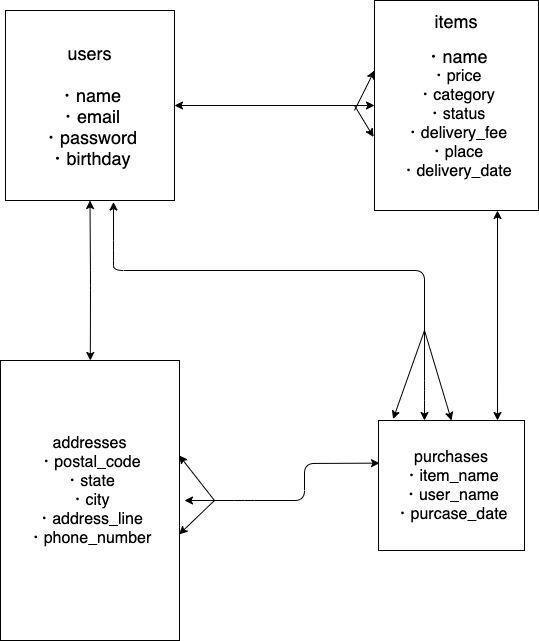
This is ER.drawio.png from kosei-tanoue/furima-29610, a draw.io export, as it was before one commit. Source tidied: cells renumbered, new cells last; positions are measured from the earlier drawing's top-left corner, leaving out a move shared by most shapes. Source of this version:
```xml
<mxGraphModel>
  <root>
    <mxCell id="0" />
    <mxCell id="1" parent="0" />
    <mxCell id="2" value="&lt;font style=&quot;font-size: 18px&quot;&gt;users&lt;br&gt;&lt;br&gt;・name&lt;br&gt;・email&lt;br&gt;・password&lt;br&gt;・birthday&lt;br&gt;&lt;/font&gt;" style="rounded=0;whiteSpace=wrap;html=1;" parent="1" vertex="1">
      <mxGeometry x="5" y="10" width="169" height="190" as="geometry" />
    </mxCell>
    <mxCell id="3" style="edgeStyle=orthogonalEdgeStyle;rounded=0;orthogonalLoop=1;jettySize=auto;html=1;exitX=0.5;exitY=1;exitDx=0;exitDy=0;" parent="1" edge="1" source="2" target="2">
      <mxGeometry relative="1" as="geometry" />
    </mxCell>
    <mxCell id="4" value="&lt;font style=&quot;font-size: 18px&quot;&gt;items&lt;/font&gt;&lt;br&gt;&lt;br&gt;&lt;font style=&quot;font-size: 18px&quot;&gt;・name&lt;/font&gt;&lt;br&gt;&lt;font size=&quot;3&quot;&gt;・price&lt;/font&gt;&lt;br&gt;&lt;font size=&quot;3&quot;&gt;・category&lt;/font&gt;&lt;br&gt;&lt;font size=&quot;3&quot;&gt;・status&lt;br&gt;・delivery_fee&lt;br&gt;・place&lt;br&gt;・delivery_date&lt;br&gt;&lt;/font&gt;&lt;font size=&quot;3&quot;&gt;&lt;br&gt;&lt;/font&gt;" style="rounded=0;whiteSpace=wrap;html=1;" parent="1" vertex="1">
      <mxGeometry x="374" width="164" height="210" as="geometry" />
    </mxCell>
    <mxCell id="5" value="&lt;font size=&quot;3&quot;&gt;addresses&lt;br&gt;・postal_code&lt;br&gt;・state&lt;br&gt;・city&lt;br&gt;・address_line&lt;br&gt;・phone_number&lt;br&gt;&lt;br&gt;&lt;/font&gt;" style="rounded=0;whiteSpace=wrap;html=1;" parent="1" vertex="1">
      <mxGeometry y="360" width="179" height="280" as="geometry" />
    </mxCell>
    <mxCell id="6" value="&lt;font size=&quot;3&quot;&gt;purchases&lt;br&gt;・item_name&lt;br&gt;・user_name&lt;br&gt;・purcase_date&lt;br&gt;&lt;/font&gt;" style="rounded=0;whiteSpace=wrap;html=1;" parent="1" vertex="1">
      <mxGeometry x="378" y="420" width="146" height="130" as="geometry" />
    </mxCell>
    <mxCell id="7" style="endArrow=classic;html=1;" parent="1" edge="1">
      <mxGeometry relative="1" as="geometry">
        <mxPoint x="354" y="110" as="sourcePoint" />
        <mxPoint x="374" y="70" as="targetPoint" />
      </mxGeometry>
    </mxCell>
    <mxCell id="8" style="endArrow=classic;html=1;entryX=-0.006;entryY=0.65;entryDx=0;entryDy=0;entryPerimeter=0;" parent="1" edge="1" target="4">
      <mxGeometry relative="1" as="geometry">
        <mxPoint x="354" y="105" as="sourcePoint" />
      </mxGeometry>
    </mxCell>
    <mxCell id="9" style="endArrow=classic;html=1;entryX=0.1;entryY=-0.011;entryDx=0;entryDy=0;entryPerimeter=0;" parent="1" edge="1" target="6">
      <mxGeometry relative="1" as="geometry">
        <mxPoint x="424" y="330" as="sourcePoint" />
      </mxGeometry>
    </mxCell>
    <mxCell id="10" style="endArrow=classic;html=1;entryX=0.5;entryY=0;entryDx=0;entryDy=0;" parent="1" edge="1" target="6">
      <mxGeometry relative="1" as="geometry">
        <mxPoint x="424" y="330" as="sourcePoint" />
      </mxGeometry>
    </mxCell>
    <mxCell id="11" style="endArrow=classic;startArrow=classic;html=1;entryX=0.75;entryY=1;entryDx=0;entryDy=0;exitX=0.815;exitY=0;exitDx=0;exitDy=0;exitPerimeter=0;" parent="1" edge="1" source="6" target="4">
      <mxGeometry relative="1" as="geometry" />
    </mxCell>
    <mxCell id="12" style="endArrow=classic;startArrow=classic;html=1;exitX=1;exitY=0.5;exitDx=0;exitDy=0;" parent="1" edge="1" source="2">
      <mxGeometry relative="1" as="geometry">
        <mxPoint x="374" y="105" as="targetPoint" />
      </mxGeometry>
    </mxCell>
    <mxCell id="13" style="endArrow=classic;startArrow=classic;html=1;entryX=0.5;entryY=1;entryDx=0;entryDy=0;" parent="1" edge="1" source="5" target="2">
      <mxGeometry relative="1" as="geometry">
        <Array as="points">
          <mxPoint x="90" y="280" />
        </Array>
      </mxGeometry>
    </mxCell>
    <mxCell id="14" style="endArrow=classic;startArrow=classic;html=1;exitX=0.639;exitY=1.008;exitDx=0;exitDy=0;exitPerimeter=0;entryX=0.315;entryY=0;entryDx=0;entryDy=0;entryPerimeter=0;" parent="1" edge="1" source="2" target="6">
      <mxGeometry relative="1" as="geometry">
        <Array as="points">
          <mxPoint x="113" y="250" />
          <mxPoint x="113" y="270" />
          <mxPoint x="424" y="270" />
          <mxPoint x="424" y="390" />
        </Array>
      </mxGeometry>
    </mxCell>
    <mxCell id="15" style="endArrow=classic;startArrow=classic;html=1;entryX=0.007;entryY=0.328;entryDx=0;entryDy=0;entryPerimeter=0;" parent="1" edge="1" target="6">
      <mxGeometry relative="1" as="geometry">
        <mxPoint x="184" y="500" as="sourcePoint" />
        <Array as="points">
          <mxPoint x="244" y="500" />
          <mxPoint x="304" y="500" />
          <mxPoint x="304" y="463" />
        </Array>
      </mxGeometry>
    </mxCell>
    <mxCell id="16" style="endArrow=classic;html=1;entryX=0.998;entryY=0.339;entryDx=0;entryDy=0;entryPerimeter=0;" parent="1" edge="1" target="5">
      <mxGeometry relative="1" as="geometry">
        <mxPoint x="214" y="500" as="sourcePoint" />
      </mxGeometry>
    </mxCell>
    <mxCell id="17" style="endArrow=classic;html=1;entryX=0.998;entryY=0.621;entryDx=0;entryDy=0;entryPerimeter=0;" parent="1" edge="1" target="5">
      <mxGeometry relative="1" as="geometry">
        <mxPoint x="214" y="500" as="sourcePoint" />
      </mxGeometry>
    </mxCell>
  </root>
</mxGraphModel>
```
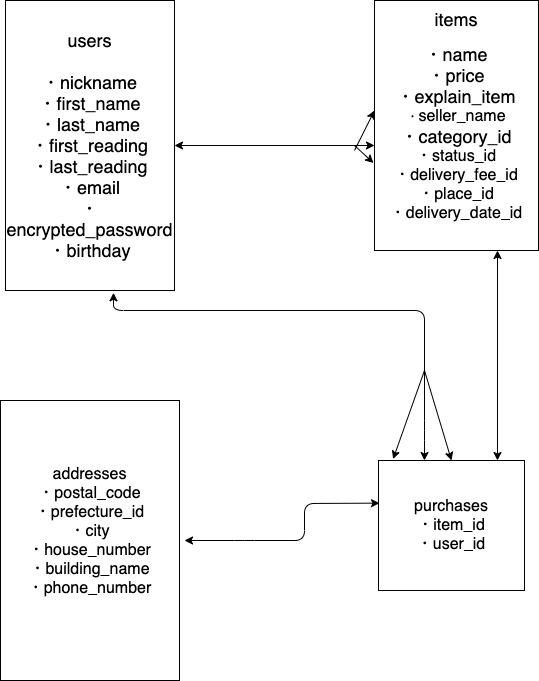
The same file after the commit.

Commit message:
READ ME(再修正)、ER図(再修正)

What changed in the source:
```diff
@@ -2,19 +2,19 @@
   <root>
     <mxCell id="0" />
     <mxCell id="1" parent="0" />
-    <mxCell id="2" value="&lt;font style=&quot;font-size: 18px&quot;&gt;users&lt;br&gt;&lt;br&gt;・name&lt;br&gt;・email&lt;br&gt;・password&lt;br&gt;・birthday&lt;br&gt;&lt;/font&gt;" style="rounded=0;whiteSpace=wrap;html=1;" parent="1" vertex="1">
-      <mxGeometry x="5" y="10" width="169" height="190" as="geometry" />
+    <mxCell id="2" value="&lt;font style=&quot;font-size: 18px&quot;&gt;users&lt;br&gt;&lt;br&gt;・nickname&lt;br&gt;・first_name&lt;br&gt;・last_name&lt;br&gt;・first_reading&lt;br&gt;・last_reading&lt;br&gt;・email&lt;br&gt;・encrypted_password&lt;br&gt;・birthday&lt;br&gt;&lt;/font&gt;" style="rounded=0;whiteSpace=wrap;html=1;" parent="1" vertex="1">
+      <mxGeometry x="5" y="-40" width="169" height="290" as="geometry" />
     </mxCell>
     <mxCell id="3" style="edgeStyle=orthogonalEdgeStyle;rounded=0;orthogonalLoop=1;jettySize=auto;html=1;exitX=0.5;exitY=1;exitDx=0;exitDy=0;" parent="1" edge="1" source="2" target="2">
       <mxGeometry relative="1" as="geometry" />
     </mxCell>
-    <mxCell id="4" value="&lt;font style=&quot;font-size: 18px&quot;&gt;items&lt;/font&gt;&lt;br&gt;&lt;br&gt;&lt;font style=&quot;font-size: 18px&quot;&gt;・name&lt;/font&gt;&lt;br&gt;&lt;font size=&quot;3&quot;&gt;・price&lt;/font&gt;&lt;br&gt;&lt;font size=&quot;3&quot;&gt;・category&lt;/font&gt;&lt;br&gt;&lt;font size=&quot;3&quot;&gt;・status&lt;br&gt;・delivery_fee&lt;br&gt;・place&lt;br&gt;・delivery_date&lt;br&gt;&lt;/font&gt;&lt;font size=&quot;3&quot;&gt;&lt;br&gt;&lt;/font&gt;" style="rounded=0;whiteSpace=wrap;html=1;" parent="1" vertex="1">
-      <mxGeometry x="374" width="164" height="210" as="geometry" />
+    <mxCell id="4" value="&lt;font style=&quot;font-size: 18px&quot;&gt;items&lt;/font&gt;&lt;br&gt;&lt;br&gt;&lt;font style=&quot;font-size: 18px&quot;&gt;・name&lt;/font&gt;&lt;br&gt;&lt;font style=&quot;font-size: 18px&quot;&gt;・price&lt;br&gt;&lt;/font&gt;&lt;font style=&quot;font-size: 18px&quot;&gt;・explain_item&lt;br&gt;&lt;/font&gt;・&lt;font size=&quot;3&quot;&gt;seller_name&lt;/font&gt;&lt;br&gt;&lt;font style=&quot;font-size: 18px&quot;&gt;・category_id&lt;/font&gt;&lt;br&gt;&lt;font size=&quot;3&quot;&gt;・status_id&lt;br&gt;・delivery_fee_id&lt;br&gt;・place_id&lt;br&gt;・delivery_date_id&lt;br&gt;&lt;/font&gt;&lt;font size=&quot;3&quot;&gt;&lt;br&gt;&lt;/font&gt;" style="rounded=0;whiteSpace=wrap;html=1;" parent="1" vertex="1">
+      <mxGeometry x="374" y="-40" width="164" height="250" as="geometry" />
     </mxCell>
-    <mxCell id="5" value="&lt;font size=&quot;3&quot;&gt;addresses&lt;br&gt;・postal_code&lt;br&gt;・state&lt;br&gt;・city&lt;br&gt;・address_line&lt;br&gt;・phone_number&lt;br&gt;&lt;br&gt;&lt;/font&gt;" style="rounded=0;whiteSpace=wrap;html=1;" parent="1" vertex="1">
+    <mxCell id="5" value="&lt;font size=&quot;3&quot;&gt;addresses&lt;br&gt;・postal_code&lt;br&gt;・prefecture_id&lt;br&gt;・city&lt;br&gt;・house_number&lt;br&gt;・building_name&lt;br&gt;・phone_number&lt;br&gt;&lt;br&gt;&lt;/font&gt;" style="rounded=0;whiteSpace=wrap;html=1;" parent="1" vertex="1">
       <mxGeometry y="360" width="179" height="280" as="geometry" />
     </mxCell>
-    <mxCell id="6" value="&lt;font size=&quot;3&quot;&gt;purchases&lt;br&gt;・item_name&lt;br&gt;・user_name&lt;br&gt;・purcase_date&lt;br&gt;&lt;/font&gt;" style="rounded=0;whiteSpace=wrap;html=1;" parent="1" vertex="1">
+    <mxCell id="6" value="&lt;font size=&quot;3&quot;&gt;purchases&lt;br&gt;・item_id&lt;br&gt;・user_id&lt;br&gt;&lt;/font&gt;" style="rounded=0;whiteSpace=wrap;html=1;" parent="1" vertex="1">
       <mxGeometry x="378" y="420" width="146" height="130" as="geometry" />
     </mxCell>
     <mxCell id="7" style="endArrow=classic;html=1;" parent="1" edge="1">
@@ -46,17 +46,9 @@
         <mxPoint x="374" y="105" as="targetPoint" />
       </mxGeometry>
     </mxCell>
-    <mxCell id="13" style="endArrow=classic;startArrow=classic;html=1;entryX=0.5;entryY=1;entryDx=0;entryDy=0;" parent="1" edge="1" source="5" target="2">
-      <mxGeometry relative="1" as="geometry">
-        <Array as="points">
-          <mxPoint x="90" y="280" />
-        </Array>
-      </mxGeometry>
-    </mxCell>
     <mxCell id="14" style="endArrow=classic;startArrow=classic;html=1;exitX=0.639;exitY=1.008;exitDx=0;exitDy=0;exitPerimeter=0;entryX=0.315;entryY=0;entryDx=0;entryDy=0;entryPerimeter=0;" parent="1" edge="1" source="2" target="6">
       <mxGeometry relative="1" as="geometry">
         <Array as="points">
-          <mxPoint x="113" y="250" />
           <mxPoint x="113" y="270" />
           <mxPoint x="424" y="270" />
           <mxPoint x="424" y="390" />
@@ -73,15 +65,5 @@
         </Array>
       </mxGeometry>
     </mxCell>
-    <mxCell id="16" style="endArrow=classic;html=1;entryX=0.998;entryY=0.339;entryDx=0;entryDy=0;entryPerimeter=0;" parent="1" edge="1" target="5">
-      <mxGeometry relative="1" as="geometry">
-        <mxPoint x="214" y="500" as="sourcePoint" />
-      </mxGeometry>
-    </mxCell>
-    <mxCell id="17" style="endArrow=classic;html=1;entryX=0.998;entryY=0.621;entryDx=0;entryDy=0;entryPerimeter=0;" parent="1" edge="1" target="5">
-      <mxGeometry relative="1" as="geometry">
-        <mxPoint x="214" y="500" as="sourcePoint" />
-      </mxGeometry>
-    </mxCell>
   </root>
 </mxGraphModel>
```
